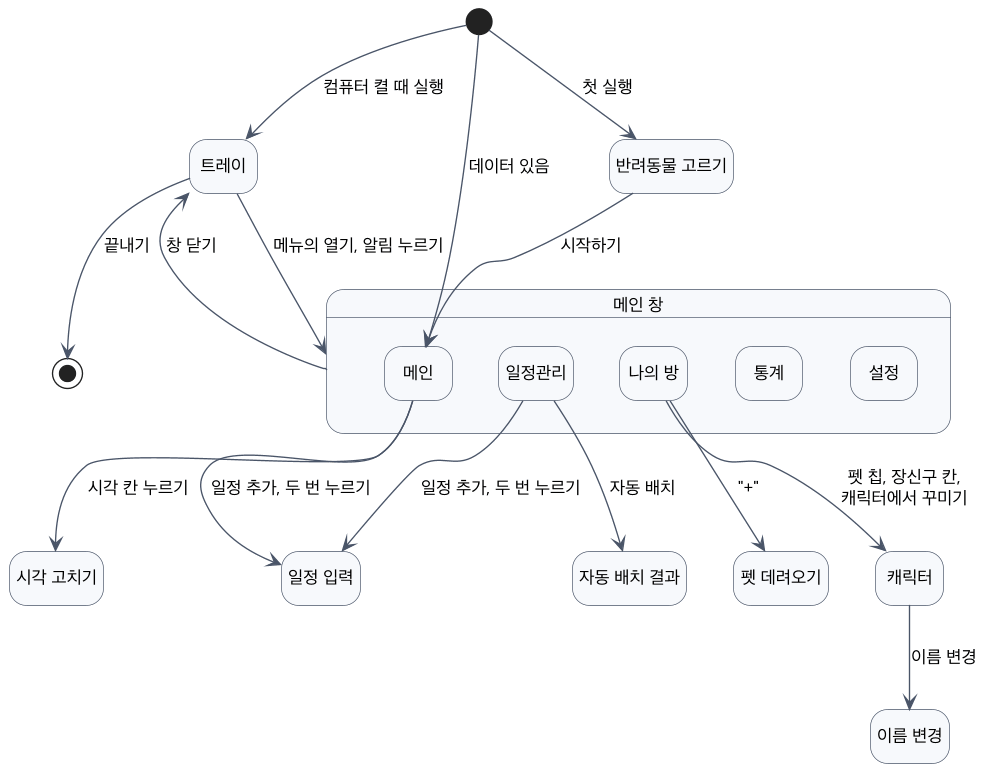
Above: docs/diagrams/ui-flow.png in 2026-2-software-system-design-11/planning-pet-app (PlantUML), before the change.
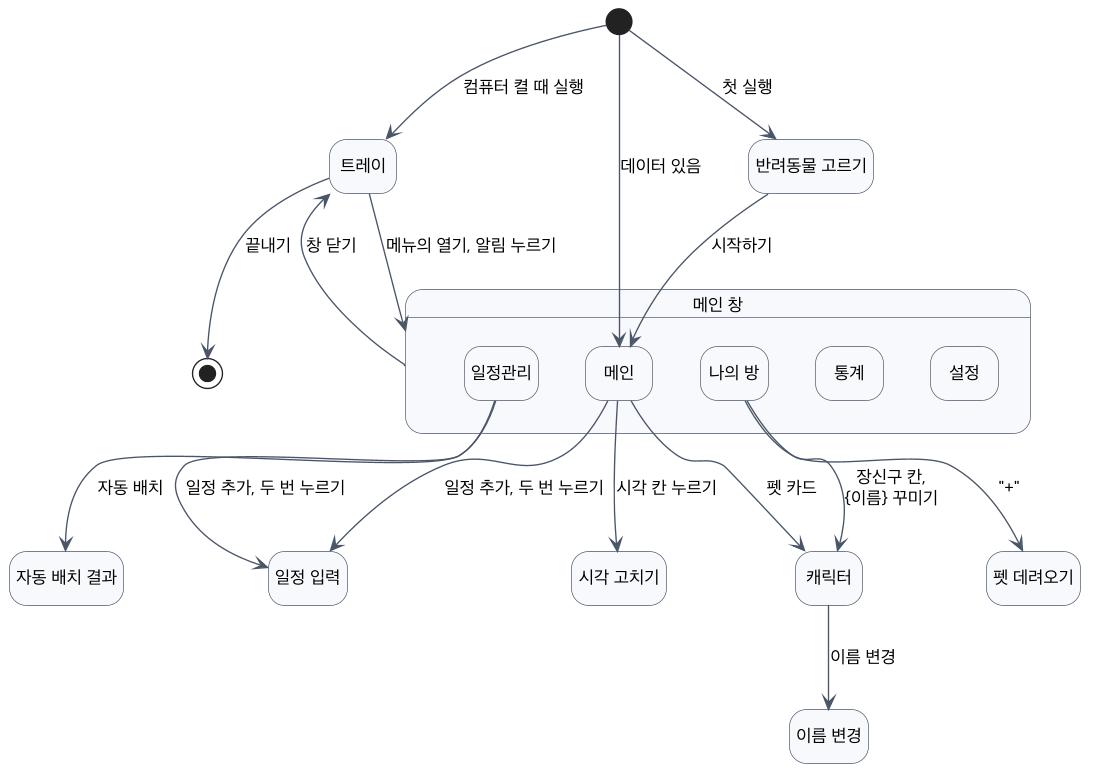
The same diagram one commit later.

The edit, as a diff of the source:
```diff
@@ -35,7 +35,8 @@
 Sched --> Form : 일정 추가, 두 번 누르기
 Sched --> Place : 자동 배치
 Room --> Adopt : "+"
-Room --> Char : 펫 칩, 장신구 칸,\n캐릭터에서 꾸미기
+Main --> Char : 펫 카드
+Room --> Char : 장신구 칸,\n{이름} 꾸미기
 Char --> Rename : 이름 변경
 Win --> Tray : 창 닫기
 Tray --> Win : 메뉴의 열기, 알림 누르기
```
